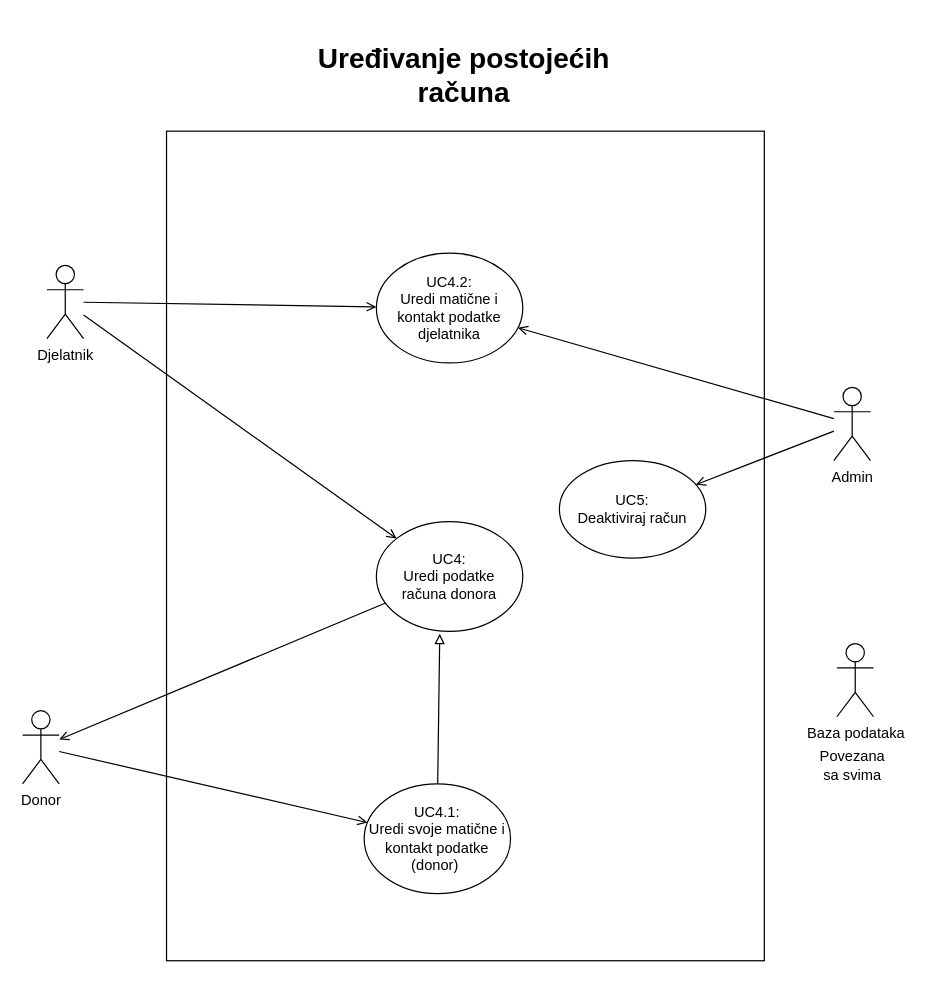
Earlier version of the draw.io diagram page "3 - Uređivanje postojećih računa" (3 of 6) of Dokumentacija/Use cases/Use Cases.drawio (ToniIvankovic/TrueBlood). Source tidied: cells renumbered, new cells numbered last; positions are measured from the earlier drawing's top-left corner, leaving out a move shared by most shapes. Both pictures are drawn from the tidied source at 122%, with x=0, y=0 at pixel (22, 21).
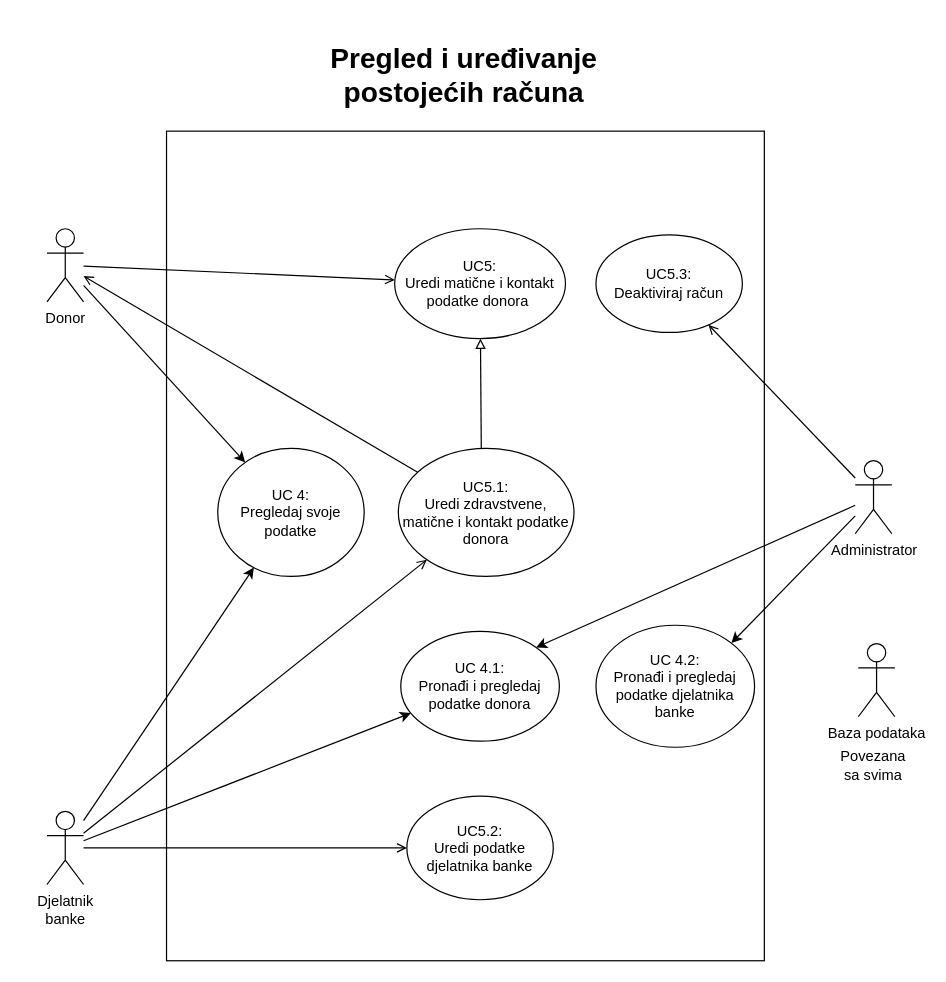
The same page after the edit.

The edit, as a diff of the source:
```diff
@@
-    <mxCell id="3" value="UC5:&lt;br&gt;Deaktiviraj račun" style="ellipse;whiteSpace=wrap;html=1;" parent="1" vertex="1">
-      <mxGeometry x="440" y="360" width="120" height="80" as="geometry" />
+    <mxCell id="3" value="UC5.3:&lt;br&gt;Deaktiviraj račun" style="ellipse;whiteSpace=wrap;html=1;" parent="1" vertex="1">
+      <mxGeometry x="470" y="175" width="120" height="80" as="geometry" />
     </mxCell>
@@
-    <mxCell id="5" value="UC4:&lt;br&gt;Uredi podatke &lt;br&gt;računa donora" style="ellipse;whiteSpace=wrap;html=1;" parent="1" vertex="1">
-      <mxGeometry x="290" y="410" width="120" height="90" as="geometry" />
+    <mxCell id="5" value="UC5.1:&lt;br&gt;Uredi zdravstvene, matične i kontakt podatke&lt;br&gt;donora" style="ellipse;whiteSpace=wrap;html=1;" parent="1" vertex="1">
+      <mxGeometry x="308" y="350" width="144" height="105" as="geometry" />
     </mxCell>
-    <mxCell id="6" style="rounded=0;jettySize=auto;html=1;entryX=0.433;entryY=1.022;entryDx=0;entryDy=0;endArrow=block;endFill=0;entryPerimeter=0;" parent="1" edge="1" source="7" target="5">
-      <mxGeometry relative="1" as="geometry" />
+    <mxCell id="6" style="rounded=0;jettySize=auto;html=1;endArrow=block;endFill=0;" parent="1" edge="1" target="7">
+      <mxGeometry relative="1" as="geometry">
+        <mxPoint x="376" y="350" as="sourcePoint" />
+      </mxGeometry>
     </mxCell>
-    <mxCell id="7" value="UC4.1:&lt;br&gt;Uredi svoje matične i kontakt podatke (donor)&amp;nbsp;" style="ellipse;whiteSpace=wrap;html=1;" parent="1" vertex="1">
-      <mxGeometry x="280" y="625" width="120" height="90" as="geometry" />
+    <mxCell id="7" value="UC5:&lt;br&gt;Uredi matične i kontakt podatke donora&amp;nbsp;" style="ellipse;whiteSpace=wrap;html=1;" parent="1" vertex="1">
+      <mxGeometry x="305" y="170" width="140" height="90" as="geometry" />
     </mxCell>
@@
-    <mxCell id="9" style="edgeStyle=none;rounded=0;jettySize=auto;html=1;endArrow=open;endFill=0;" parent="1" edge="1" source="10" target="19">
-      <mxGeometry relative="1" as="geometry" />
-    </mxCell>
+    <mxCell id="20" style="rounded=0;jettySize=auto;html=1;entryX=1;entryY=0;entryDx=0;entryDy=0;" parent="1" edge="1" source="10" target="27">
+      <mxGeometry relative="1" as="geometry" />
+    </mxCell>
+    <mxCell id="21" style="edgeStyle=none;rounded=0;jettySize=auto;html=1;entryX=1;entryY=0;entryDx=0;entryDy=0;" parent="1" edge="1" source="10" target="26">
+      <mxGeometry relative="1" as="geometry" />
+    </mxCell>
-    <mxCell id="10" value="Admin" style="shape=umlActor;verticalLabelPosition=bottom;verticalAlign=top;html=1;outlineConnect=0;" parent="1" vertex="1">
-      <mxGeometry x="665" y="300" width="30" height="60" as="geometry" />
+    <mxCell id="10" value="Administrator" style="shape=umlActor;verticalLabelPosition=bottom;verticalAlign=top;html=1;outlineConnect=0;" parent="1" vertex="1">
+      <mxGeometry x="682.5" y="360" width="30" height="60" as="geometry" />
     </mxCell>
     <mxCell id="11" value="Baza podataka" style="shape=umlActor;verticalLabelPosition=bottom;verticalAlign=top;html=1;" parent="1" vertex="1">
-      <mxGeometry x="667.5" y="510" width="30" height="60" as="geometry" />
+      <mxGeometry x="685" y="510" width="30" height="60" as="geometry" />
     </mxCell>
@@
+    <mxCell id="22" style="edgeStyle=none;rounded=0;jettySize=auto;html=1;" parent="1" edge="1" source="14" target="25">
+      <mxGeometry relative="1" as="geometry" />
+    </mxCell>
+    <mxCell id="23" style="rounded=0;jettySize=auto;html=1;" parent="1" edge="1" source="14" target="27">
+      <mxGeometry relative="1" as="geometry" />
+    </mxCell>
-    <mxCell id="14" value="Djelatnik" style="shape=umlActor;verticalLabelPosition=bottom;verticalAlign=top;html=1;outlineConnect=0;" parent="1" vertex="1">
-      <mxGeometry x="20" y="200" width="30" height="60" as="geometry" />
+    <mxCell id="14" value="Djelatnik&lt;br&gt;banke" style="shape=umlActor;verticalLabelPosition=bottom;verticalAlign=top;html=1;outlineConnect=0;" parent="1" vertex="1">
+      <mxGeometry x="20" y="647.5" width="30" height="60" as="geometry" />
     </mxCell>
@@
+    <mxCell id="24" style="rounded=0;jettySize=auto;html=1;" parent="1" edge="1" source="16" target="25">
+      <mxGeometry relative="1" as="geometry" />
+    </mxCell>
     <mxCell id="16" value="Donor" style="shape=umlActor;verticalLabelPosition=bottom;verticalAlign=top;html=1;outlineConnect=0;" parent="1" vertex="1">
-      <mxGeometry y="565" width="30" height="60" as="geometry" />
+      <mxGeometry x="20" y="170" width="30" height="60" as="geometry" />
     </mxCell>
     <mxCell id="17" value="Povezana sa svima" style="text;html=1;strokeColor=none;fillColor=none;align=center;verticalAlign=middle;whiteSpace=wrap;rounded=0;" parent="1" vertex="1">
-      <mxGeometry x="647.5" y="600" width="65" height="20" as="geometry" />
+      <mxGeometry x="665" y="600" width="65" height="20" as="geometry" />
     </mxCell>
-    <mxCell id="18" value="Uređivanje postojećih računa" style="text;html=1;strokeColor=none;fillColor=none;align=center;verticalAlign=middle;whiteSpace=wrap;rounded=0;fontSize=23;fontStyle=1;" parent="1" vertex="1">
+    <mxCell id="18" value="Pregled i uređivanje postojećih računa" style="text;html=1;strokeColor=none;fillColor=none;align=center;verticalAlign=middle;whiteSpace=wrap;rounded=0;fontSize=23;fontStyle=1;" parent="1" vertex="1">
       <mxGeometry x="226" width="272" height="90" as="geometry" />
     </mxCell>
-    <mxCell id="19" value="UC4.2:&lt;br&gt;Uredi matične i kontakt podatke djelatnika" style="ellipse;whiteSpace=wrap;html=1;" parent="1" vertex="1">
-      <mxGeometry x="290" y="190" width="120" height="90" as="geometry" />
+    <mxCell id="19" value="UC5.2:&lt;br&gt;Uredi podatke djelatnika banke" style="ellipse;whiteSpace=wrap;html=1;" parent="1" vertex="1">
+      <mxGeometry x="315" y="635" width="120" height="85" as="geometry" />
     </mxCell>
+    <mxCell id="25" value="UC 4:&lt;br&gt;Pregledaj svoje podatke" style="ellipse;whiteSpace=wrap;html=1;" parent="1" vertex="1">
+      <mxGeometry x="160" y="350" width="120" height="105" as="geometry" />
+    </mxCell>
+    <mxCell id="26" value="UC 4.2:&lt;br&gt;Pronađi i pregledaj podatke djelatnika banke" style="ellipse;whiteSpace=wrap;html=1;" parent="1" vertex="1">
+      <mxGeometry x="470" y="495" width="130" height="100" as="geometry" />
+    </mxCell>
+    <mxCell id="27" value="UC 4.1:&lt;br&gt;Pronađi i pregledaj podatke donora" style="ellipse;whiteSpace=wrap;html=1;" parent="1" vertex="1">
+      <mxGeometry x="310" y="500" width="130" height="90" as="geometry" />
+    </mxCell>
```
